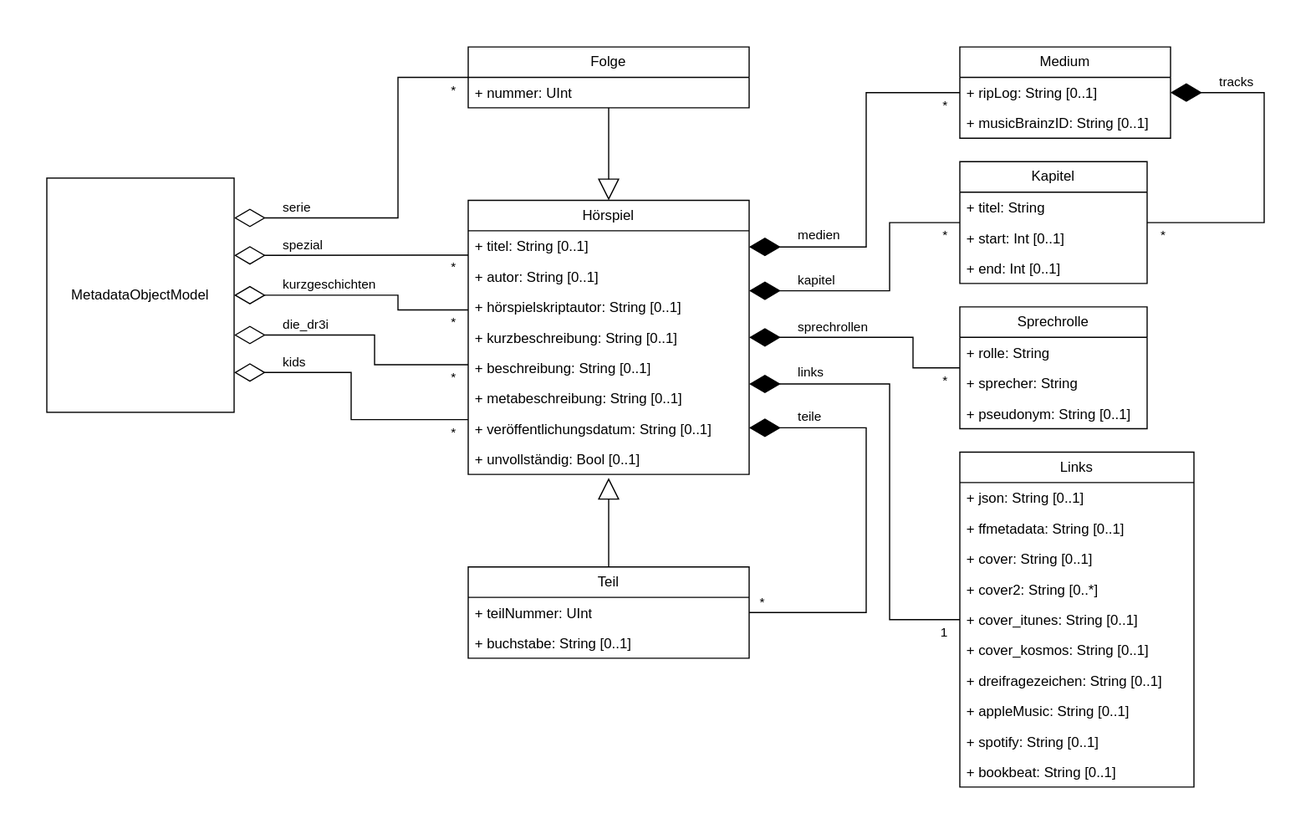
Earlier version of the draw.io export model/objectModel.svg (YourMJK/dreimetadaten). Source tidied: cells renumbered, new cells last; positions are measured from the earlier drawing's top-left corner, leaving out a move shared by most shapes.
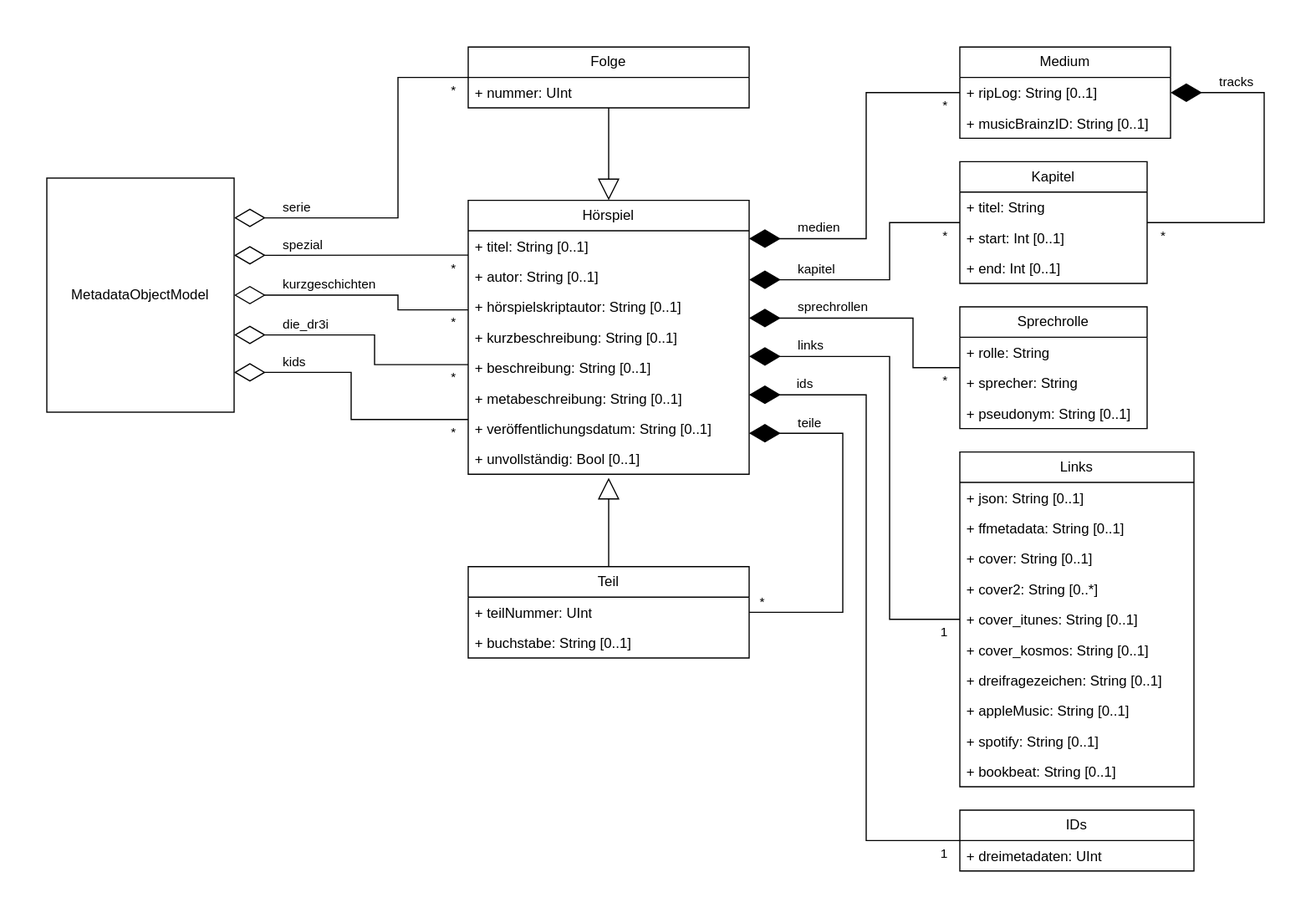
Later version of the same file.

Commit message:
code: Added "hörspielID" as "ids.dreimetadaten" for "hörspiel" to object model (#67)

Diff of the diagram source:
```diff
@@ -5,7 +5,7 @@
     <mxCell id="2" value="MetadataObjectModel" style="html=1;whiteSpace=wrap;points=[[0,0,0,0,0],[0,0.25,0,0,0],[0,0.5,0,0,0],[0,0.75,0,0,0],[0,1,0,0,0],[0.25,0,0,0,0],[0.25,1,0,0,0],[0.5,0,0,0,0],[0.5,1,0,0,0],[0.75,0,0,0,0],[0.75,1,0,0,0],[1,0,0,0,0],[1,0.17,0,0,0],[1,0.33,0,0,0],[1,0.5,0,0,0],[1,0.67,0,0,0],[1,0.83,0,0,0],[1,1,0,0,0]];" parent="1" vertex="1">
       <mxGeometry y="112" width="160" height="200" as="geometry" />
     </mxCell>
-    <mxCell id="3" value="Hörspiel" style="swimlane;fontStyle=0;horizontal=1;startSize=26;fillColor=none;whiteSpace=wrap;html=1;points=[[0,0,0,0,0],[0,0.2,0,0,0],[0,0.4,0,0,0],[0,0.6,0,0,0],[0,0.8,0,0,0],[0,1,0,0,0],[0.25,0,0,0,0],[0.25,1,0,0,0],[0.5,0,0,0,0],[0.5,1,0,0,0],[0.75,0,0,0,0],[0.75,1,0,0,0],[1,0,0,0,0],[1,0.17,0,0,0],[1,0.33,0,0,0],[1,0.5,0,0,0],[1,0.67,0,0,0],[1,0.83,0,0,0],[1,1,0,0,0]];" parent="1" vertex="1">
+    <mxCell id="3" value="Hörspiel" style="swimlane;fontStyle=0;horizontal=1;startSize=26;fillColor=none;whiteSpace=wrap;html=1;points=[[0,0,0,0,0],[0,0.2,0,0,0],[0,0.4,0,0,0],[0,0.6,0,0,0],[0,0.8,0,0,0],[0,1,0,0,0],[0.25,0,0,0,0],[0.25,1,0,0,0],[0.5,0,0,0,0],[0.5,1,0,0,0],[0.75,0,0,0,0],[0.75,1,0,0,0],[1,0,0,0,0],[1,0.14,0,0,0],[1,0.29,0,0,0],[1,0.43,0,0,0],[1,0.57,0,0,0],[1,0.71,0,0,0],[1,0.85,0,0,0],[1,1,0,0,0]];" parent="1" vertex="1">
       <mxGeometry x="360" y="131" width="240" height="234" as="geometry" />
     </mxCell>
     <mxCell id="4" value="+ titel: String [0..1]" style="text;strokeColor=none;fillColor=none;align=left;verticalAlign=top;spacingLeft=4;spacingRight=4;overflow=hidden;whiteSpace=wrap;html=1;" parent="3" vertex="1">
@@ -109,10 +109,11 @@
         <mxPoint x="-10" as="offset" />
       </mxGeometry>
     </mxCell>
-    <mxCell id="27" style="endArrow=diamondThin;endFill=1;endSize=24;html=1;rounded=0;edgeStyle=elbowEdgeStyle;entryX=1;entryY=0.83;entryDx=0;entryDy=0;entryPerimeter=0;exitX=1;exitY=0.5;exitDx=0;exitDy=0;exitPerimeter=0;" parent="1" edge="1" source="56" target="3">
+    <mxCell id="27" style="endArrow=diamondThin;endFill=1;endSize=24;html=1;rounded=0;edgeStyle=elbowEdgeStyle;exitX=1;exitY=0.5;exitDx=0;exitDy=0;exitPerimeter=0;" parent="1" edge="1" source="56">
       <mxGeometry relative="1" as="geometry">
+        <mxPoint x="600" y="330" as="targetPoint" />
         <Array as="points">
-          <mxPoint x="700" y="400" />
+          <mxPoint x="680" y="410" />
         </Array>
       </mxGeometry>
     </mxCell>
@@ -126,7 +127,7 @@
         <mxPoint x="10" y="-10" as="offset" />
       </mxGeometry>
     </mxCell>
-    <mxCell id="30" style="endArrow=diamondThin;endFill=1;endSize=24;html=1;rounded=0;edgeStyle=elbowEdgeStyle;entryX=1;entryY=0.17;entryDx=0;entryDy=0;entryPerimeter=0;exitX=0;exitY=0.5;exitDx=0;exitDy=0;" parent="1" edge="1" source="42" target="3">
+    <mxCell id="30" style="endArrow=diamondThin;endFill=1;endSize=24;html=1;rounded=0;edgeStyle=elbowEdgeStyle;exitX=0;exitY=0.5;exitDx=0;exitDy=0;entryX=1;entryY=0.14;entryDx=0;entryDy=0;entryPerimeter=0;" parent="1" edge="1" source="42" target="3">
       <mxGeometry relative="1" as="geometry">
         <Array as="points">
           <mxPoint x="700" y="118" />
@@ -143,7 +144,7 @@
         <mxPoint x="-10" as="offset" />
       </mxGeometry>
     </mxCell>
-    <mxCell id="33" style="endArrow=diamondThin;endFill=1;endSize=24;html=1;rounded=0;edgeStyle=elbowEdgeStyle;entryX=1;entryY=0.33;entryDx=0;entryDy=0;entryPerimeter=0;exitX=0;exitY=0.5;exitDx=0;exitDy=0;" parent="1" edge="1" source="45" target="3">
+    <mxCell id="33" style="endArrow=diamondThin;endFill=1;endSize=24;html=1;rounded=0;edgeStyle=elbowEdgeStyle;entryX=1;entryY=0.29;entryDx=0;entryDy=0;entryPerimeter=0;exitX=0;exitY=0.5;exitDx=0;exitDy=0;" parent="1" edge="1" source="45" target="3">
       <mxGeometry relative="1" as="geometry">
         <Array as="points">
           <mxPoint x="720" y="188" />
@@ -160,7 +161,7 @@
         <mxPoint x="-10" as="offset" />
       </mxGeometry>
     </mxCell>
-    <mxCell id="36" style="endArrow=diamondThin;endFill=1;endSize=24;html=1;rounded=0;edgeStyle=elbowEdgeStyle;entryX=1;entryY=0.5;entryDx=0;entryDy=0;entryPerimeter=0;exitX=0;exitY=0.5;exitDx=0;exitDy=0;" parent="1" edge="1" source="52" target="3">
+    <mxCell id="36" style="endArrow=diamondThin;endFill=1;endSize=24;html=1;rounded=0;edgeStyle=elbowEdgeStyle;entryX=1;entryY=0.43;entryDx=0;entryDy=0;entryPerimeter=0;exitX=0;exitY=0.5;exitDx=0;exitDy=0;" parent="1" edge="1" source="52" target="3">
       <mxGeometry relative="1" as="geometry">
         <Array as="points">
           <mxPoint x="740" y="268" />
@@ -177,7 +178,7 @@
         <mxPoint x="-10" as="offset" />
       </mxGeometry>
     </mxCell>
-    <mxCell id="39" style="endArrow=diamondThin;endFill=1;endSize=24;html=1;rounded=0;edgeStyle=elbowEdgeStyle;entryX=1;entryY=0.67;entryDx=0;entryDy=0;entryPerimeter=0;exitX=0;exitY=0.5;exitDx=0;exitDy=0;" parent="1" edge="1" source="60" target="3">
+    <mxCell id="39" style="endArrow=diamondThin;endFill=1;endSize=24;html=1;rounded=0;edgeStyle=elbowEdgeStyle;entryX=1;entryY=0.57;entryDx=0;entryDy=0;entryPerimeter=0;exitX=0;exitY=0.5;exitDx=0;exitDy=0;" parent="1" edge="1" source="60" target="3">
       <mxGeometry relative="1" as="geometry">
         <Array as="points">
           <mxPoint x="720" y="370" />
@@ -306,5 +307,28 @@
         <mxPoint x="-10" as="offset" />
       </mxGeometry>
     </mxCell>
+    <mxCell id="74" value="IDs" style="swimlane;fontStyle=0;horizontal=1;startSize=26;fillColor=none;whiteSpace=wrap;html=1;" parent="1" vertex="1">
+      <mxGeometry x="780" y="652" width="200" height="52" as="geometry" />
+    </mxCell>
+    <mxCell id="75" value="+ dreimetadaten: UInt" style="text;strokeColor=none;fillColor=none;align=left;verticalAlign=top;spacingLeft=4;spacingRight=4;overflow=hidden;whiteSpace=wrap;html=1;" parent="74" vertex="1">
+      <mxGeometry y="26" width="200" height="26" as="geometry" />
+    </mxCell>
+    <mxCell id="76" style="endArrow=diamondThin;endFill=1;endSize=24;html=1;rounded=0;edgeStyle=elbowEdgeStyle;entryX=1;entryY=0.71;entryDx=0;entryDy=0;entryPerimeter=0;exitX=0;exitY=0.5;exitDx=0;exitDy=0;" parent="1" edge="1" source="74" target="3">
+      <mxGeometry relative="1" as="geometry">
+        <Array as="points">
+          <mxPoint x="700" y="510" />
+        </Array>
+      </mxGeometry>
+    </mxCell>
+    <mxCell id="77" value="ids" style="edgeLabel;html=1;align=left;verticalAlign=middle;rotation=0;" parent="76" vertex="1">
+      <mxGeometry x="1" relative="1" as="geometry">
+        <mxPoint x="40" y="-10" as="offset" />
+      </mxGeometry>
+    </mxCell>
+    <mxCell id="78" value="1" style="edgeLabel;html=1;align=right;verticalAlign=middle;" parent="76" vertex="1">
+      <mxGeometry x="-1" y="10" relative="1" as="geometry">
+        <mxPoint x="-10" as="offset" />
+      </mxGeometry>
+    </mxCell>
   </root>
 </mxGraphModel>
```
